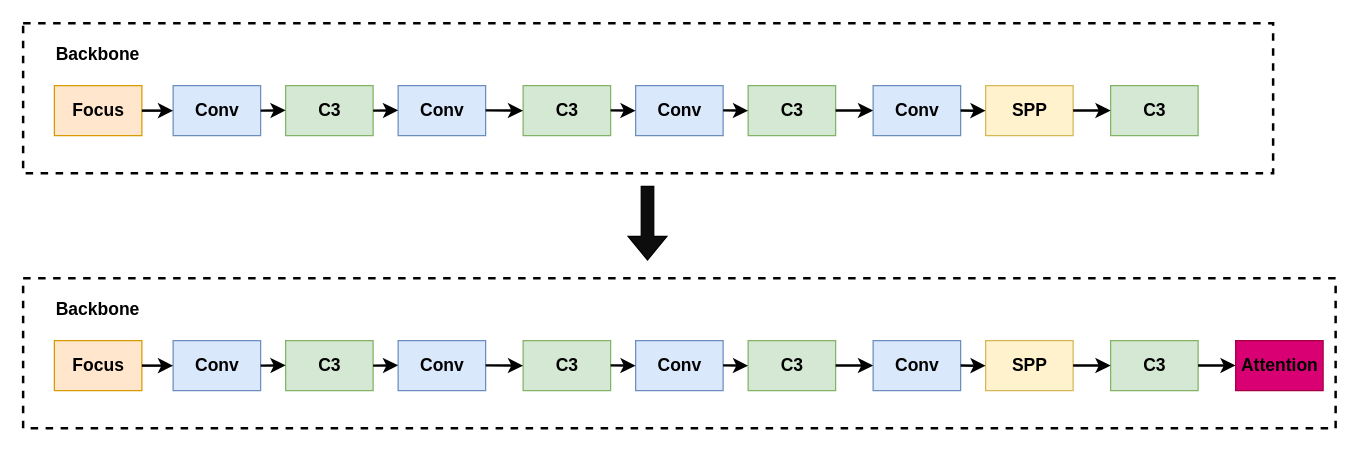
Above: 注意力机制.drawio in bighammer-link/My_Pictures (draw.io), before the change. Source tidied: cells renumbered, new cells numbered last; positions are measured from the earlier drawing's top-left corner, leaving out a move shared by most shapes. Both pictures are drawn from the tidied source at 125%, with x=0, y=0 at pixel (22, 22).
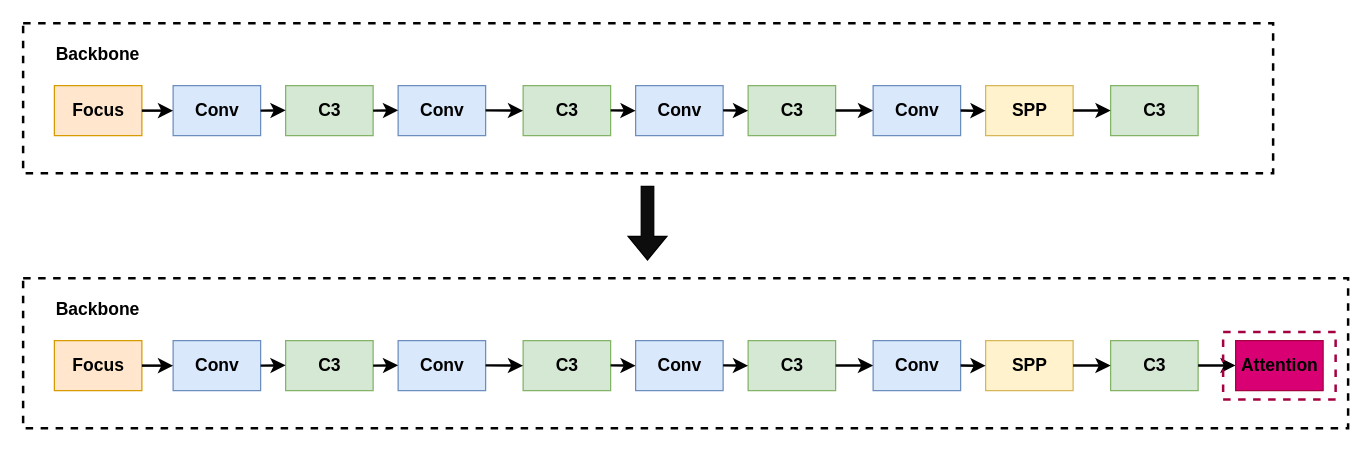
The same diagram, later.

Commit message (it also covers changes not shown here):
更新注意力机制.drawio

Change to the diagram source:
```diff
@@
     <mxCell id="33" style="rounded=0;whiteSpace=wrap;html=1;strokeWidth=2;fillColor=none;dashed=1;" parent="1" vertex="1">
-      <mxGeometry y="204" width="1050" height="120" as="geometry" />
+      <mxGeometry y="204" width="1060" height="120" as="geometry" />
     </mxCell>
@@
+    <mxCell id="68" style="rounded=0;whiteSpace=wrap;html=1;fillColor=none;dashed=1;strokeWidth=2;fontColor=#ffffff;strokeColor=#A50040;" parent="1" vertex="1">
+      <mxGeometry x="960" y="247" width="90" height="54" as="geometry" />
+    </mxCell>
```
